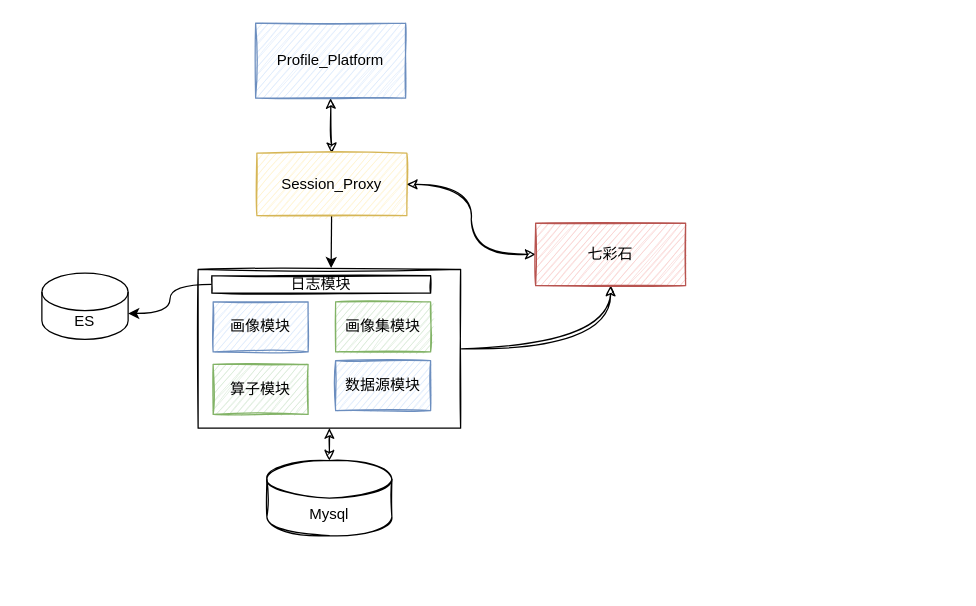
nullbull/uml keeps this draw.io diagram as page "第 3 页" (3 of 7) of 未命名绘图.drawio. Above is the earlier version. Source tidied: cells renumbered, new cells numbered last; positions are measured from the earlier drawing's top-left corner, leaving out a move shared by most shapes. Both pictures are drawn from the tidied source at 125%, with x=0, y=0 at pixel (41, 22). Pictures stored in the file or linked from it are replaced by grey dashed boxes.
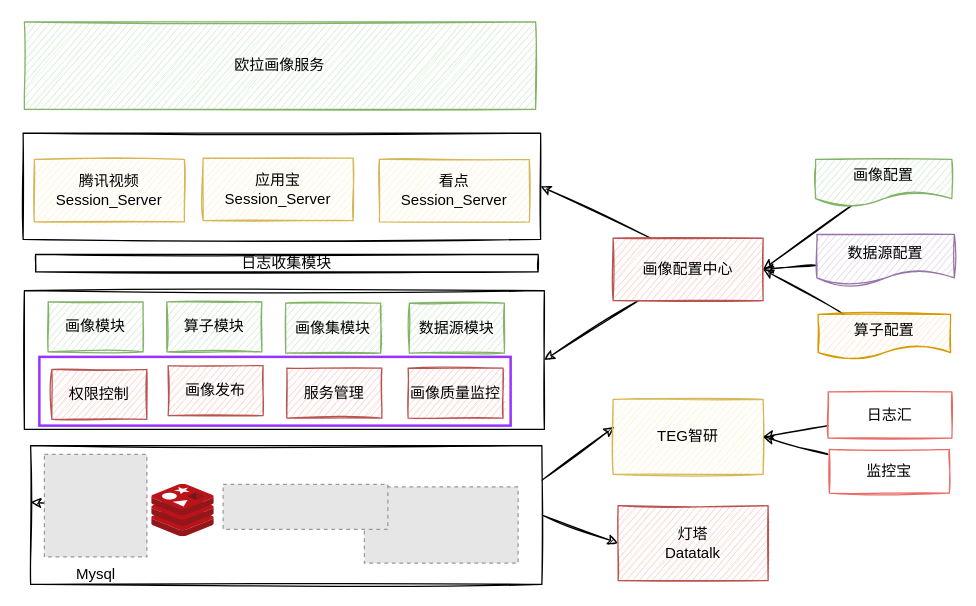
The same diagram, later.

What changed in the source:
```diff
@@
-    <mxCell id="2" style="edgeStyle=orthogonalEdgeStyle;rounded=0;jettySize=auto;html=1;entryX=0.5;entryY=1;entryDx=0;entryDy=0;endArrow=classic;endFill=1;elbow=vertical;sketch=1;curved=1;" parent="1" edge="1" source="4" target="10">
-      <mxGeometry relative="1" as="geometry" />
-    </mxCell>
-    <mxCell id="3" style="edgeStyle=none;rounded=0;jettySize=auto;html=1;exitX=0.5;exitY=1;exitDx=0;exitDy=0;entryX=0.5;entryY=0;entryDx=0;entryDy=0;entryPerimeter=0;startArrow=classic;startFill=1;endArrow=classic;endFill=1;sketch=1;" parent="1" edge="1" source="4" target="8">
-      <mxGeometry relative="1" as="geometry" />
-    </mxCell>
     <mxCell id="4" style="rounded=0;whiteSpace=wrap;html=1;sketch=1;" parent="1" vertex="1">
-      <mxGeometry x="125" y="197" width="210" height="127" as="geometry" />
+      <mxGeometry x="-14" y="214" width="416" height="111" as="geometry" />
     </mxCell>
-    <mxCell id="5" style="edgeStyle=none;rounded=0;jettySize=auto;html=1;exitX=0.5;exitY=0;exitDx=0;exitDy=0;entryX=0.5;entryY=1;entryDx=0;entryDy=0;endArrow=classic;endFill=1;startArrow=classic;startFill=1;sketch=1;" parent="1" edge="1" source="7" target="16">
-      <mxGeometry relative="1" as="geometry" />
-    </mxCell>
+    <mxCell id="20" style="rounded=0;whiteSpace=wrap;html=1;strokeWidth=2;strokeColor=#9933FF;" parent="1" vertex="1">
+      <mxGeometry x="-2" y="267" width="377" height="55" as="geometry" />
+    </mxCell>
+    <mxCell id="21" style="rounded=0;whiteSpace=wrap;html=1;sketch=1;" parent="1" vertex="1">
+      <mxGeometry x="-15" y="88" width="414" height="85" as="geometry" />
+    </mxCell>
-    <mxCell id="6" style="edgeStyle=none;rounded=0;jettySize=auto;html=1;" parent="1" edge="1" source="7">
-      <mxGeometry relative="1" as="geometry">
-        <mxPoint x="231.4" y="196" as="targetPoint" />
-      </mxGeometry>
+    <mxCell id="6" style="edgeStyle=none;rounded=0;orthogonalLoop=1;jettySize=auto;html=1;entryX=0.5;entryY=1;entryDx=0;entryDy=0;sketch=1;" parent="1" edge="1" source="7" target="7">
+      <mxGeometry relative="1" as="geometry" />
     </mxCell>
-    <mxCell id="7" value="Session_Proxy" style="rounded=0;whiteSpace=wrap;html=1;fillColor=#fff2cc;strokeColor=#d6b656;sketch=1;" parent="1" vertex="1">
-      <mxGeometry x="172" y="104" width="120" height="50" as="geometry" />
+    <mxCell id="7" value="腾讯视频&lt;br&gt;Session_Server" style="rounded=0;whiteSpace=wrap;html=1;fillColor=#fff2cc;strokeColor=#d6b656;sketch=1;" parent="1" vertex="1">
+      <mxGeometry x="-6" y="109" width="120" height="50" as="geometry" />
     </mxCell>
-    <mxCell id="8" value="Mysql" style="shape=cylinder3;whiteSpace=wrap;html=1;boundedLbl=1;backgroundOutline=1;size=15;sketch=1;" parent="1" vertex="1">
-      <mxGeometry x="180" y="350" width="100" height="60" as="geometry" />
-    </mxCell>
-    <mxCell id="9" style="rounded=0;jettySize=auto;html=1;exitX=0;exitY=0.5;exitDx=0;exitDy=0;entryX=1;entryY=0.5;entryDx=0;entryDy=0;startArrow=classic;startFill=1;endArrow=classic;endFill=1;sketch=1;edgeStyle=orthogonalEdgeStyle;curved=1;" parent="1" edge="1" source="10" target="7">
-      <mxGeometry relative="1" as="geometry" />
-    </mxCell>
+    <mxCell id="22" style="edgeStyle=none;rounded=0;jettySize=auto;html=1;entryX=1;entryY=0.5;entryDx=0;entryDy=0;exitX=0.25;exitY=0;exitDx=0;exitDy=0;sketch=1;" parent="1" edge="1" source="10" target="21">
+      <mxGeometry relative="1" as="geometry" />
+    </mxCell>
+    <mxCell id="23" style="edgeStyle=none;rounded=0;jettySize=auto;html=1;entryX=1;entryY=0.5;entryDx=0;entryDy=0;sketch=1;" parent="1" edge="1" source="10" target="4">
+      <mxGeometry relative="1" as="geometry" />
+    </mxCell>
-    <mxCell id="10" value="七彩石" style="rounded=0;whiteSpace=wrap;html=1;fillColor=#f8cecc;strokeColor=#b85450;sketch=1;" parent="1" vertex="1">
-      <mxGeometry x="395" y="160" width="120" height="50" as="geometry" />
+    <mxCell id="10" value="画像配置中心" style="rounded=0;whiteSpace=wrap;html=1;fillColor=#f8cecc;strokeColor=#b85450;sketch=1;" parent="1" vertex="1">
+      <mxGeometry x="457" y="172" width="120" height="50" as="geometry" />
     </mxCell>
@@
-    <mxCell id="12" value="画像模块" style="rounded=0;whiteSpace=wrap;html=1;fillColor=#dae8fc;strokeColor=#6c8ebf;sketch=1;" parent="1" vertex="1">
-      <mxGeometry x="137" y="223" width="76" height="40" as="geometry" />
+    <mxCell id="12" value="画像模块" style="rounded=0;whiteSpace=wrap;html=1;fillColor=#d5e8d4;strokeColor=#82b366;sketch=1;" parent="1" vertex="1">
+      <mxGeometry x="5" y="223" width="76" height="40" as="geometry" />
     </mxCell>
     <mxCell id="13" value="算子模块" style="rounded=0;whiteSpace=wrap;html=1;fillColor=#d5e8d4;strokeColor=#82b366;sketch=1;" parent="1" vertex="1">
-      <mxGeometry x="137" y="273" width="76" height="40" as="geometry" />
+      <mxGeometry x="100" y="223" width="76" height="40" as="geometry" />
     </mxCell>
     <mxCell id="14" value="画像集模块" style="rounded=0;whiteSpace=wrap;html=1;fillColor=#d5e8d4;strokeColor=#82b366;sketch=1;" parent="1" vertex="1">
-      <mxGeometry x="235" y="223" width="76" height="40" as="geometry" />
+      <mxGeometry x="195" y="224" width="76" height="40" as="geometry" />
     </mxCell>
-    <mxCell id="15" value="数据源模块" style="rounded=0;whiteSpace=wrap;html=1;fillColor=#dae8fc;strokeColor=#6c8ebf;sketch=1;" parent="1" vertex="1">
-      <mxGeometry x="235" y="270" width="76" height="40" as="geometry" />
+    <mxCell id="15" value="数据源模块" style="rounded=0;whiteSpace=wrap;html=1;fillColor=#d5e8d4;strokeColor=#82b366;sketch=1;" parent="1" vertex="1">
+      <mxGeometry x="294" y="224" width="76" height="40" as="geometry" />
     </mxCell>
-    <mxCell id="16" value="Profile_Platform" style="rounded=0;whiteSpace=wrap;html=1;fillColor=#dae8fc;strokeColor=#6c8ebf;sketch=1;" parent="1" vertex="1">
-      <mxGeometry x="171" width="120" height="60" as="geometry" />
-    </mxCell>
-    <mxCell id="17" value="ES" style="shape=cylinder3;whiteSpace=wrap;html=1;boundedLbl=1;backgroundOutline=1;size=15;" parent="1" vertex="1">
-      <mxGeometry y="200" width="69" height="53" as="geometry" />
-    </mxCell>
-    <mxCell id="18" style="edgeStyle=orthogonalEdgeStyle;curved=1;rounded=0;jettySize=auto;html=1;entryX=1;entryY=0;entryDx=0;entryDy=32.25;entryPerimeter=0;" parent="1" edge="1" source="19" target="17">
-      <mxGeometry relative="1" as="geometry" />
-    </mxCell>
-    <mxCell id="19" value="日志模块" style="rounded=0;whiteSpace=wrap;html=1;sketch=1;" parent="1" vertex="1">
-      <mxGeometry x="136" y="202" width="175" height="14" as="geometry" />
+    <mxCell id="19" value="日志收集模块" style="rounded=0;whiteSpace=wrap;html=1;sketch=1;" parent="1" vertex="1">
+      <mxGeometry x="-5" y="185" width="402" height="14" as="geometry" />
     </mxCell>
+    <mxCell id="24" value="权限控制" style="rounded=0;whiteSpace=wrap;html=1;fillColor=#f8cecc;strokeColor=#b85450;sketch=1;" parent="1" vertex="1">
+      <mxGeometry x="8" y="277" width="76" height="40" as="geometry" />
+    </mxCell>
+    <mxCell id="25" value="画像发布" style="rounded=0;whiteSpace=wrap;html=1;fillColor=#f8cecc;strokeColor=#b85450;sketch=1;" parent="1" vertex="1">
+      <mxGeometry x="101" y="274" width="76" height="40" as="geometry" />
+    </mxCell>
+    <mxCell id="26" value="服务管理" style="rounded=0;whiteSpace=wrap;html=1;fillColor=#f8cecc;strokeColor=#b85450;sketch=1;" parent="1" vertex="1">
+      <mxGeometry x="196" y="276" width="76" height="40" as="geometry" />
+    </mxCell>
+    <mxCell id="27" value="应用宝&lt;br&gt;Session_Server" style="rounded=0;whiteSpace=wrap;html=1;fillColor=#fff2cc;strokeColor=#d6b656;sketch=1;" parent="1" vertex="1">
+      <mxGeometry x="129" y="108" width="120" height="50" as="geometry" />
+    </mxCell>
+    <mxCell id="28" value="看点&lt;br&gt;Session_Server" style="rounded=0;whiteSpace=wrap;html=1;fillColor=#fff2cc;strokeColor=#d6b656;sketch=1;" parent="1" vertex="1">
+      <mxGeometry x="270" y="109" width="120" height="50" as="geometry" />
+    </mxCell>
+    <mxCell id="29" value="欧拉画像服务" style="rounded=0;whiteSpace=wrap;html=1;sketch=1;fillColor=#d5e8d4;strokeColor=#82b366;" parent="1" vertex="1">
+      <mxGeometry x="-14" y="-1" width="409" height="70" as="geometry" />
+    </mxCell>
+    <mxCell id="30" value="画像质量监控" style="rounded=0;whiteSpace=wrap;html=1;fillColor=#f8cecc;strokeColor=#b85450;sketch=1;" parent="1" vertex="1">
+      <mxGeometry x="293" y="276" width="76" height="40" as="geometry" />
+    </mxCell>
+    <mxCell id="31" style="edgeStyle=none;rounded=0;sketch=1;jettySize=auto;html=1;entryX=0;entryY=0.5;entryDx=0;entryDy=0;strokeWidth=1;exitX=1;exitY=0.5;exitDx=0;exitDy=0;" parent="1" edge="1" source="33" target="45">
+      <mxGeometry relative="1" as="geometry" />
+    </mxCell>
+    <mxCell id="32" style="edgeStyle=none;rounded=0;sketch=1;jettySize=auto;html=1;exitX=1;exitY=0.25;exitDx=0;exitDy=0;entryX=0.008;entryY=0.367;entryDx=0;entryDy=0;entryPerimeter=0;strokeWidth=1;" parent="1" edge="1" source="33" target="44">
+      <mxGeometry relative="1" as="geometry" />
+    </mxCell>
+    <mxCell id="33" style="rounded=0;whiteSpace=wrap;html=1;sketch=1;" parent="1" vertex="1">
+      <mxGeometry x="-9" y="338" width="409" height="111" as="geometry" />
+    </mxCell>
+    <mxCell id="34" style="sketch=1;html=1;align=center;image;fontSize=12;image=img/lib/mscae/Cache_Redis_Product.svg;" parent="1" vertex="1">
+      <mxGeometry x="88" y="369" width="50" height="42" as="geometry" />
+    </mxCell>
+    <mxCell id="35" style="edgeStyle=none;rounded=0;sketch=1;jettySize=auto;html=1;" parent="1" edge="1" source="8" target="33">
+      <mxGeometry relative="1" as="geometry" />
+    </mxCell>
+    <mxCell id="8" value="Mysql" style="fillColor=#E6E6E6;strokeColor=#999999;dashed=1;html=1;verticalAlign=top;verticalLabelPosition=bottom;labelBackgroundColor=#ffffff;" parent="1" vertex="1">
+      <mxGeometry x="2" y="345" width="82" height="82" as="geometry" />
+    </mxCell>
+    <mxCell id="36" style="fillColor=#E6E6E6;strokeColor=#999999;dashed=1;verticalLabelPosition=bottom;labelBackgroundColor=#ffffff;verticalAlign=top;" parent="1" vertex="1">
+      <mxGeometry x="258" y="371" width="123" height="61" as="geometry" />
+    </mxCell>
+    <mxCell id="37" style="fillColor=#E6E6E6;strokeColor=#999999;dashed=1;verticalLabelPosition=bottom;labelBackgroundColor=#ffffff;verticalAlign=top;" parent="1" vertex="1">
+      <mxGeometry x="145" y="369" width="131.8" height="36" as="geometry" />
+    </mxCell>
+    <mxCell id="38" style="edgeStyle=none;rounded=0;jettySize=auto;html=1;entryX=1;entryY=0.5;entryDx=0;entryDy=0;sketch=1;" parent="1" edge="1" source="39" target="10">
+      <mxGeometry relative="1" as="geometry" />
+    </mxCell>
+    <mxCell id="39" value="画像配置" style="shape=document;whiteSpace=wrap;html=1;boundedLbl=1;sketch=1;fillColor=#d5e8d4;strokeColor=#82b366;" parent="1" vertex="1">
+      <mxGeometry x="619" y="109" width="109" height="37" as="geometry" />
+    </mxCell>
+    <mxCell id="40" style="edgeStyle=none;rounded=0;jettySize=auto;html=1;entryX=1;entryY=0.5;entryDx=0;entryDy=0;sketch=1;" parent="1" edge="1" source="41" target="10">
+      <mxGeometry relative="1" as="geometry" />
+    </mxCell>
+    <mxCell id="41" value="数据源配置" style="shape=document;whiteSpace=wrap;html=1;boundedLbl=1;sketch=1;fillColor=#e1d5e7;strokeColor=#9673a6;" parent="1" vertex="1">
+      <mxGeometry x="620" y="169" width="110" height="41" as="geometry" />
+    </mxCell>
+    <mxCell id="42" style="edgeStyle=none;rounded=0;jettySize=auto;html=1;entryX=1;entryY=0.5;entryDx=0;entryDy=0;sketch=1;" parent="1" edge="1" source="43" target="10">
+      <mxGeometry relative="1" as="geometry" />
+    </mxCell>
+    <mxCell id="43" value="算子配置" style="shape=document;whiteSpace=wrap;html=1;boundedLbl=1;sketch=1;fillColor=#ffe6cc;strokeColor=#d79b00;" parent="1" vertex="1">
+      <mxGeometry x="621" y="233" width="106" height="36" as="geometry" />
+    </mxCell>
+    <mxCell id="44" value="TEG智研" style="rounded=0;whiteSpace=wrap;html=1;strokeColor=#d6b656;strokeWidth=1;sketch=1;fillColor=#fff2cc;" parent="1" vertex="1">
+      <mxGeometry x="457" y="301" width="120" height="60" as="geometry" />
+    </mxCell>
+    <mxCell id="45" value="灯塔&lt;br&gt;Datatalk" style="rounded=0;whiteSpace=wrap;html=1;strokeColor=#b85450;strokeWidth=1;sketch=1;fillColor=#f8cecc;" parent="1" vertex="1">
+      <mxGeometry x="461" y="386" width="120" height="60" as="geometry" />
+    </mxCell>
+    <mxCell id="46" style="edgeStyle=none;rounded=0;sketch=1;jettySize=auto;html=1;entryX=1;entryY=0.5;entryDx=0;entryDy=0;strokeWidth=1;" parent="1" edge="1" source="47" target="44">
+      <mxGeometry relative="1" as="geometry" />
+    </mxCell>
+    <mxCell id="47" value="日志汇" style="rounded=0;whiteSpace=wrap;html=1;sketch=1;strokeColor=#EA6B66;strokeWidth=1;" parent="1" vertex="1">
+      <mxGeometry x="629" y="295" width="99" height="37" as="geometry" />
+    </mxCell>
+    <mxCell id="48" style="edgeStyle=none;rounded=0;sketch=1;jettySize=auto;html=1;entryX=1;entryY=0.5;entryDx=0;entryDy=0;strokeWidth=1;" parent="1" edge="1" source="49" target="44">
+      <mxGeometry relative="1" as="geometry" />
+    </mxCell>
+    <mxCell id="49" value="监控宝" style="rounded=0;whiteSpace=wrap;html=1;sketch=1;strokeColor=#EA6B66;strokeWidth=1;" parent="1" vertex="1">
+      <mxGeometry x="630" y="341" width="96" height="35" as="geometry" />
+    </mxCell>
```
